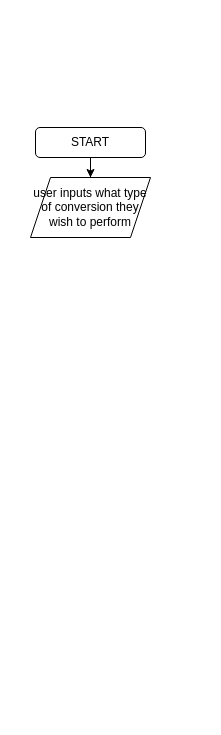
This is UnitConverter.drawio from ShhhhTheBaby/draw.io, a draw.io file, before an edit. Source tidied: cells renumbered, new cells numbered last; positions are measured from the earlier drawing's top-left corner, leaving out a move shared by most shapes. Both pictures are drawn from the tidied source at 100%, with x=0, y=0 at pixel (30, 127).
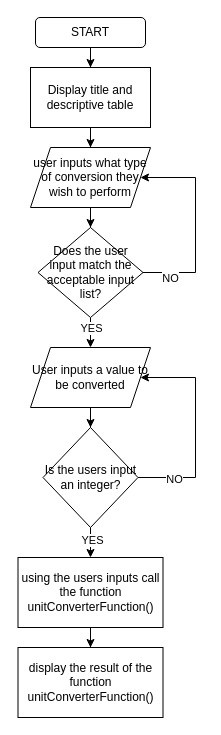
The same page after the edit.

Change to the diagram source:
```diff
@@
-    <mxCell id="2" style="edgeStyle=orthogonalEdgeStyle;rounded=0;jettySize=auto;html=1;" parent="1" edge="1" source="3" target="4">
-      <mxGeometry relative="1" as="geometry" />
-    </mxCell>
+    <mxCell id="5" style="edgeStyle=orthogonalEdgeStyle;rounded=0;jettySize=auto;html=1;" parent="1" edge="1" source="3" target="13">
+      <mxGeometry relative="1" as="geometry" />
+    </mxCell>
     <mxCell id="3" value="START" style="rounded=1;whiteSpace=wrap;html=1;" parent="1" vertex="1">
-      <mxGeometry x="5" width="110" height="30" as="geometry" />
+      <mxGeometry x="5" y="-110" width="110" height="30" as="geometry" />
     </mxCell>
+    <mxCell id="6" style="edgeStyle=orthogonalEdgeStyle;rounded=0;jettySize=auto;html=1;" parent="1" edge="1" source="4" target="11">
+      <mxGeometry relative="1" as="geometry" />
+    </mxCell>
     <mxCell id="4" value="user inputs what type of conversion they wish to perform" style="shape=parallelogram;perimeter=parallelogramPerimeter;whiteSpace=wrap;html=1;fixedSize=1;" parent="1" vertex="1">
-      <mxGeometry y="50" width="120" height="60" as="geometry" />
+      <mxGeometry y="20" width="120" height="60" as="geometry" />
     </mxCell>
+    <mxCell id="7" style="edgeStyle=orthogonalEdgeStyle;rounded=0;jettySize=auto;html=1;entryX=1;entryY=0.5;entryDx=0;entryDy=0;" parent="1" edge="1" source="11" target="4">
+      <mxGeometry relative="1" as="geometry">
+        <Array as="points">
+          <mxPoint x="165" y="145" />
+          <mxPoint x="165" y="50" />
+        </Array>
+      </mxGeometry>
+    </mxCell>
+    <mxCell id="8" value="NO" style="edgeLabel;html=1;align=center;verticalAlign=middle;" parent="7" vertex="1">
+      <mxGeometry x="-0.74" y="-5" relative="1" as="geometry">
+        <mxPoint x="1" as="offset" />
+      </mxGeometry>
+    </mxCell>
+    <mxCell id="9" style="edgeStyle=orthogonalEdgeStyle;rounded=0;jettySize=auto;html=1;" parent="1" edge="1" source="11" target="15">
+      <mxGeometry relative="1" as="geometry" />
+    </mxCell>
+    <mxCell id="10" value="YES" style="edgeLabel;html=1;align=center;verticalAlign=middle;" parent="9" vertex="1">
+      <mxGeometry x="0.2" relative="1" as="geometry" />
+    </mxCell>
+    <mxCell id="11" value="Does the user input match the acceptable input list?" style="rhombus;whiteSpace=wrap;html=1;" parent="1" vertex="1">
+      <mxGeometry x="7.5" y="100" width="105" height="90" as="geometry" />
+    </mxCell>
+    <mxCell id="12" style="edgeStyle=orthogonalEdgeStyle;rounded=0;jettySize=auto;html=1;" parent="1" edge="1" source="13" target="4">
+      <mxGeometry relative="1" as="geometry" />
+    </mxCell>
+    <mxCell id="13" value="Display title and descriptive table" style="rounded=0;whiteSpace=wrap;html=1;" parent="1" vertex="1">
+      <mxGeometry y="-60" width="120" height="60" as="geometry" />
+    </mxCell>
+    <mxCell id="14" style="edgeStyle=orthogonalEdgeStyle;rounded=0;jettySize=auto;html=1;" parent="1" edge="1" source="15" target="20">
+      <mxGeometry relative="1" as="geometry" />
+    </mxCell>
+    <mxCell id="15" value="User inputs a value to be converted" style="shape=parallelogram;perimeter=parallelogramPerimeter;whiteSpace=wrap;html=1;fixedSize=1;" parent="1" vertex="1">
+      <mxGeometry y="220" width="120" height="60" as="geometry" />
+    </mxCell>
+    <mxCell id="16" style="edgeStyle=orthogonalEdgeStyle;rounded=0;jettySize=auto;html=1;entryX=1;entryY=0.5;entryDx=0;entryDy=0;" parent="1" edge="1" source="20" target="15">
+      <mxGeometry relative="1" as="geometry">
+        <Array as="points">
+          <mxPoint x="165" y="350" />
+          <mxPoint x="165" y="250" />
+        </Array>
+      </mxGeometry>
+    </mxCell>
+    <mxCell id="17" value="NO" style="edgeLabel;html=1;align=center;verticalAlign=middle;" parent="16" vertex="1">
+      <mxGeometry x="-0.67" y="-1" relative="1" as="geometry">
+        <mxPoint x="1" as="offset" />
+      </mxGeometry>
+    </mxCell>
+    <mxCell id="18" style="edgeStyle=orthogonalEdgeStyle;rounded=0;jettySize=auto;html=1;" parent="1" edge="1" source="20" target="22">
+      <mxGeometry relative="1" as="geometry" />
+    </mxCell>
+    <mxCell id="19" value="YES" style="edgeLabel;html=1;align=center;verticalAlign=middle;" parent="18" vertex="1">
+      <mxGeometry x="0.28" y="1" relative="1" as="geometry" />
+    </mxCell>
+    <mxCell id="20" value="Is the users input an integer?" style="rhombus;whiteSpace=wrap;html=1;" parent="1" vertex="1">
+      <mxGeometry x="12.5" y="300" width="95" height="100" as="geometry" />
+    </mxCell>
+    <mxCell id="21" style="edgeStyle=orthogonalEdgeStyle;rounded=0;jettySize=auto;html=1;" parent="1" edge="1" source="22" target="23">
+      <mxGeometry relative="1" as="geometry" />
+    </mxCell>
+    <mxCell id="22" value="using the users inputs call the function unitConverterFunction()" style="whiteSpace=wrap;html=1;" parent="1" vertex="1">
+      <mxGeometry x="-12.5" y="430" width="145" height="70" as="geometry" />
+    </mxCell>
+    <mxCell id="23" value="display the result of the function unitConverterFunction()" style="whiteSpace=wrap;html=1;" parent="1" vertex="1">
+      <mxGeometry x="-12.5" y="520" width="145" height="70" as="geometry" />
+    </mxCell>
```
